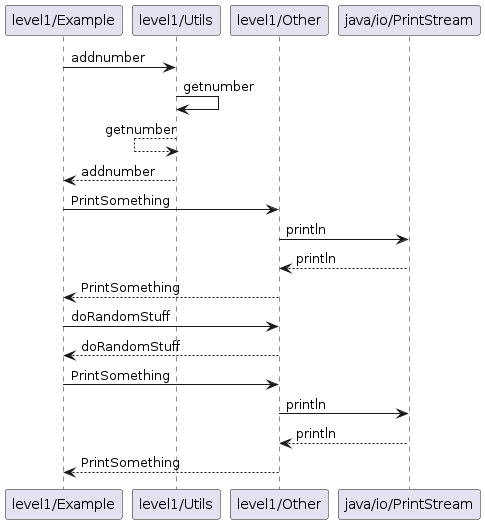
This is output.png from emil-muller/ProgramAnalysis_project, a PlantUML export, as it was before one commit. The source it was exported from:
```plantuml
@startuml
"level1/Example" -> "level1/Utils" : addnumber
"level1/Utils" -> "level1/Utils" : getnumber
"level1/Utils" <-- "level1/Utils" : getnumber
"level1/Example" <-- "level1/Utils" : addnumber
"level1/Example" -> "level1/Other" : PrintSomething
"level1/Other" -> "java/io/PrintStream" : println
"level1/Other" <-- "java/io/PrintStream" : println
"level1/Example" <-- "level1/Other" : PrintSomething
"level1/Example" -> "level1/Other" : doRandomStuff
"level1/Example" <-- "level1/Other" : doRandomStuff
"level1/Example" -> "level1/Other" : PrintSomething
"level1/Other" -> "java/io/PrintStream" : println
"level1/Other" <-- "java/io/PrintStream" : println
"level1/Example" <-- "level1/Other" : PrintSomething
@enduml
```
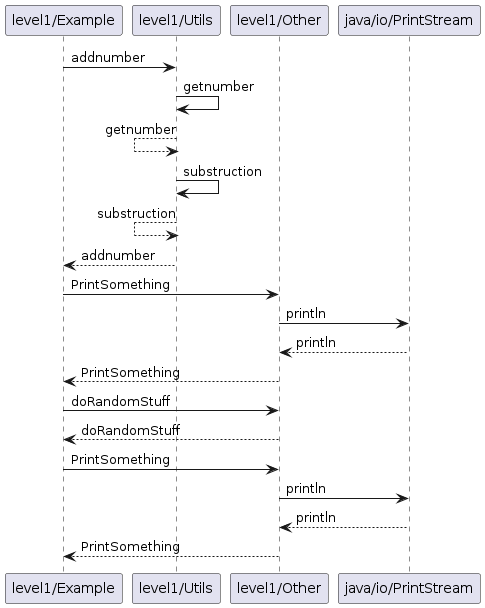
The same diagram one commit later.

The edit, as a diff of the source:
```diff
@@ -2,6 +2,8 @@
 "level1/Example" -> "level1/Utils" : addnumber
 "level1/Utils" -> "level1/Utils" : getnumber
 "level1/Utils" <-- "level1/Utils" : getnumber
+"level1/Utils" -> "level1/Utils" : substruction
+"level1/Utils" <-- "level1/Utils" : substruction
 "level1/Example" <-- "level1/Utils" : addnumber
 "level1/Example" -> "level1/Other" : PrintSomething
 "level1/Other" -> "java/io/PrintStream" : println
```
